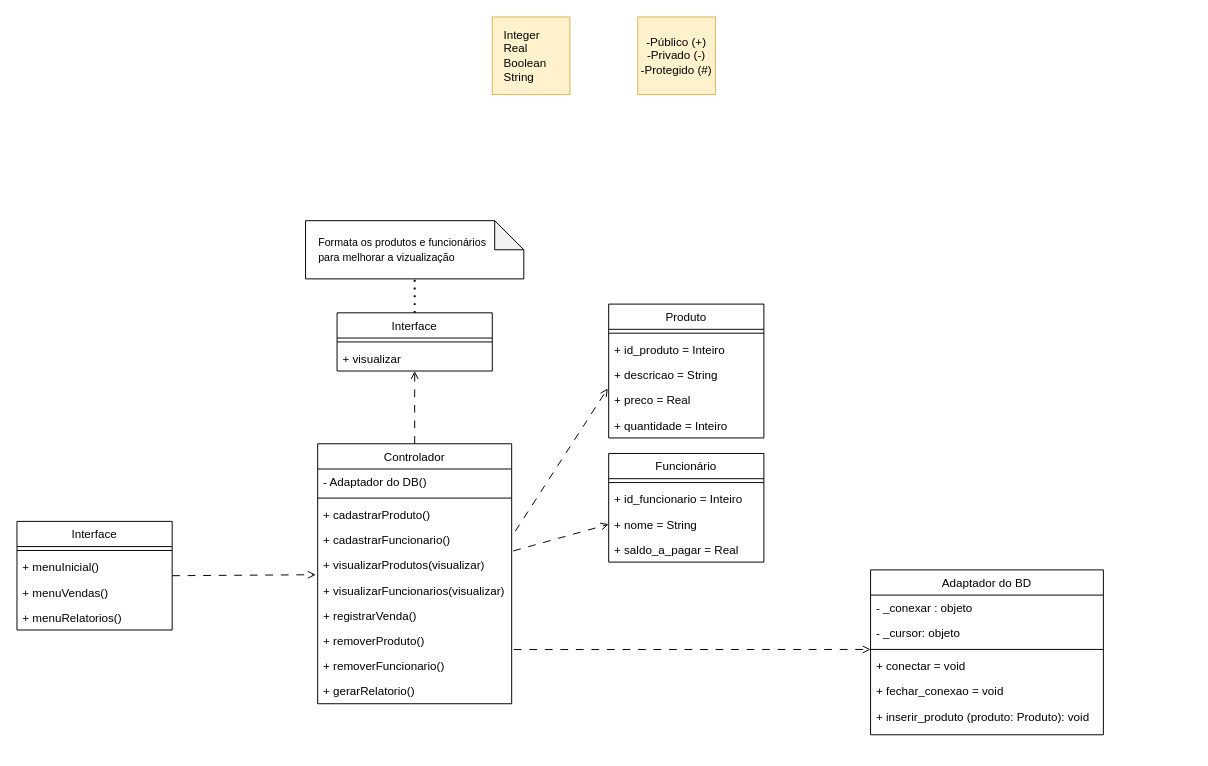
This is projeto com mvc.drawio from Pedrocs50/Projeto-Cantina, a draw.io file, before an edit. Source tidied: cells renumbered, new cells numbered last; positions are measured from the earlier drawing's top-left corner, leaving out a move shared by most shapes. Both pictures are drawn from the tidied source at 97%, with x=0, y=0 at pixel (16, 16).
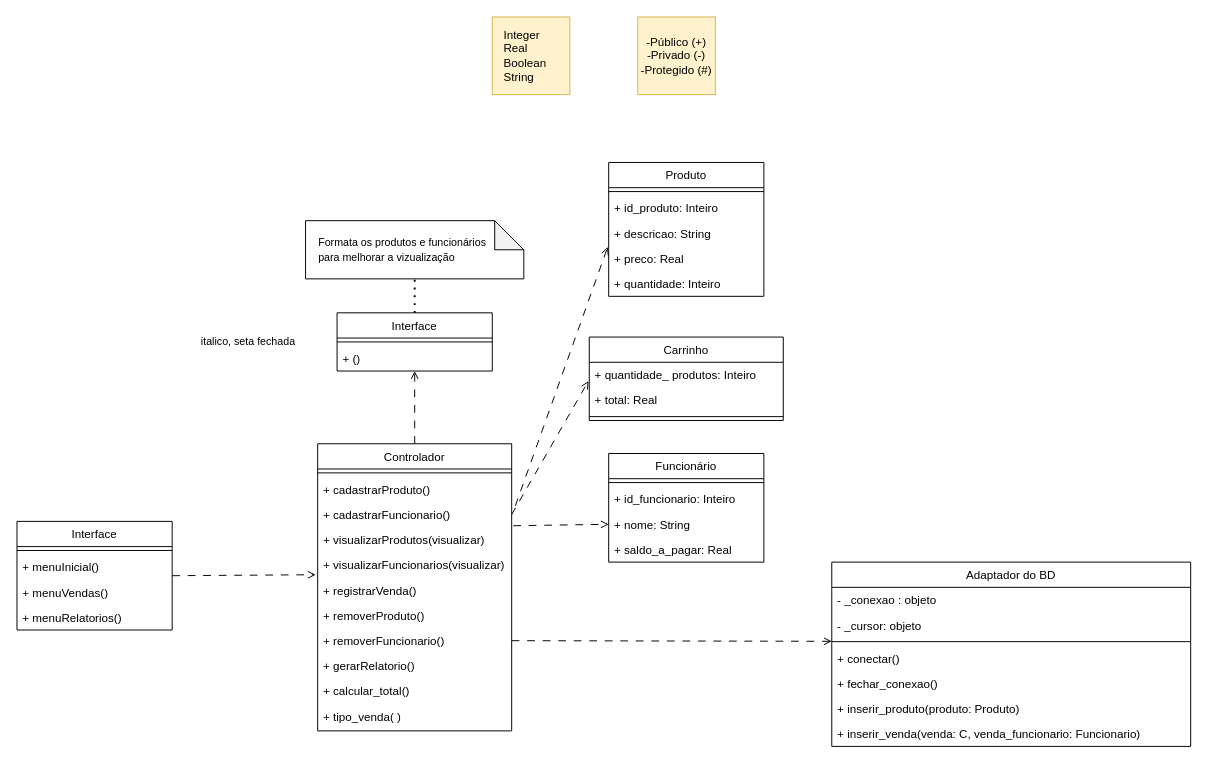
After the change.

Unchanged cells that the change refers to:
```xml
<mxCell id="23" value="Funcionário" style="swimlane;fontStyle=0;align=center;verticalAlign=top;horizontal=1;startSize=26;rounded=0;shadow=0;strokeWidth=1;" parent="1" vertex="1">
  <mxGeometry x="610" y="450" width="160" height="112" as="geometry" />
</mxCell>
<mxCell id="44" value="Interface" style="swimlane;fontStyle=0;align=center;verticalAlign=top;horizontal=1;startSize=26;rounded=0;shadow=0;strokeWidth=1;" parent="1" vertex="1">
  <mxGeometry x="330" y="305" width="160" height="60" as="geometry" />
</mxCell>
```

The edit, as a diff of the source:
```diff
@@
     <mxCell id="3" value="Controlador" style="swimlane;fontStyle=0;align=center;verticalAlign=top;horizontal=1;startSize=26;rounded=0;shadow=0;strokeWidth=1;" parent="1" vertex="1">
-      <mxGeometry x="310" y="440" width="200" height="268" as="geometry" />
+      <mxGeometry x="310" y="440" width="200" height="296" as="geometry" />
     </mxCell>
-    <mxCell id="4" value="- Adaptador do DB()" style="text;align=left;verticalAlign=top;spacingLeft=4;spacingRight=4;overflow=hidden;" parent="3" vertex="1">
-      <mxGeometry y="26" width="200" height="26" as="geometry" />
-    </mxCell>
     <mxCell id="5" style="line;html=1;strokeWidth=1;align=left;verticalAlign=middle;spacingTop=-1;spacingLeft=3;spacingRight=3;labelPosition=right;" parent="3" vertex="1">
-      <mxGeometry y="52" width="200" height="8" as="geometry" />
+      <mxGeometry y="26" width="200" height="8" as="geometry" />
     </mxCell>
     <mxCell id="6" value="+ cadastrarProduto()" style="text;align=left;verticalAlign=top;spacingLeft=4;spacingRight=4;overflow=hidden;" parent="3" vertex="1">
-      <mxGeometry y="60" width="200" height="26" as="geometry" />
+      <mxGeometry y="34" width="200" height="26" as="geometry" />
     </mxCell>
     <mxCell id="7" value="+ cadastrarFuncionario()" style="text;align=left;verticalAlign=top;spacingLeft=4;spacingRight=4;overflow=hidden;points=[[0,0.5],[1,0.5]];portConstraint=eastwest;" parent="3" vertex="1">
-      <mxGeometry y="86" width="200" height="26" as="geometry" />
+      <mxGeometry y="60" width="200" height="26" as="geometry" />
     </mxCell>
     <mxCell id="8" value="+ visualizarProdutos(visualizar)" style="text;align=left;verticalAlign=top;spacingLeft=4;spacingRight=4;overflow=hidden;points=[[0,0.5],[1,0.5]];portConstraint=eastwest;" parent="3" vertex="1">
-      <mxGeometry y="112" width="200" height="26" as="geometry" />
+      <mxGeometry y="86" width="200" height="26" as="geometry" />
     </mxCell>
     <mxCell id="9" value="+ visualizarFuncionarios(visualizar)" style="text;align=left;verticalAlign=top;spacingLeft=4;spacingRight=4;overflow=hidden;" parent="3" vertex="1">
-      <mxGeometry y="138" width="200" height="26" as="geometry" />
+      <mxGeometry y="112" width="200" height="26" as="geometry" />
     </mxCell>
     <mxCell id="10" value="+ registrarVenda()" style="text;align=left;verticalAlign=top;spacingLeft=4;spacingRight=4;overflow=hidden;" parent="3" vertex="1">
-      <mxGeometry y="164" width="200" height="26" as="geometry" />
+      <mxGeometry y="138" width="200" height="26" as="geometry" />
     </mxCell>
     <mxCell id="11" value="+ removerProduto()" style="text;align=left;verticalAlign=top;spacingLeft=4;spacingRight=4;overflow=hidden;points=[[0,0.5],[1,0.5]];portConstraint=eastwest;" parent="3" vertex="1">
-      <mxGeometry y="190" width="200" height="26" as="geometry" />
+      <mxGeometry y="164" width="200" height="26" as="geometry" />
     </mxCell>
     <mxCell id="12" value="+ removerFuncionario()" style="text;align=left;verticalAlign=top;spacingLeft=4;spacingRight=4;overflow=hidden;points=[[0,0.5],[1,0.5]];portConstraint=eastwest;" parent="3" vertex="1">
-      <mxGeometry y="216" width="200" height="26" as="geometry" />
+      <mxGeometry y="190" width="200" height="26" as="geometry" />
     </mxCell>
     <mxCell id="13" value="+ gerarRelatorio()" style="text;align=left;verticalAlign=top;spacingLeft=4;spacingRight=4;overflow=hidden;" parent="3" vertex="1">
-      <mxGeometry y="242" width="200" height="26" as="geometry" />
+      <mxGeometry y="216" width="200" height="26" as="geometry" />
     </mxCell>
+    <mxCell id="51" value="+ calcular_total()" style="text;align=left;verticalAlign=top;spacingLeft=4;spacingRight=4;overflow=hidden;" parent="3" vertex="1">
+      <mxGeometry y="242" width="200" height="26" as="geometry" />
+    </mxCell>
+    <mxCell id="52" value="+ tipo_venda( )" style="text;align=left;verticalAlign=top;spacingLeft=4;spacingRight=4;overflow=hidden;" parent="3" vertex="1">
+      <mxGeometry y="268" width="200" height="28" as="geometry" />
+    </mxCell>
     <mxCell id="14" value="Produto" style="swimlane;fontStyle=0;align=center;verticalAlign=top;horizontal=1;startSize=26;rounded=0;shadow=0;strokeWidth=1;" parent="1" vertex="1">
-      <mxGeometry x="610" y="296" width="160" height="138" as="geometry" />
+      <mxGeometry x="610" y="150" width="160" height="138" as="geometry" />
     </mxCell>
@@
-    <mxCell id="16" value="+ id_produto = Inteiro" style="text;align=left;verticalAlign=top;spacingLeft=4;spacingRight=4;overflow=hidden;" parent="14" vertex="1">
+    <mxCell id="16" value="+ id_produto: Inteiro" style="text;align=left;verticalAlign=top;spacingLeft=4;spacingRight=4;overflow=hidden;" parent="14" vertex="1">
       <mxGeometry y="34" width="160" height="26" as="geometry" />
     </mxCell>
-    <mxCell id="17" value="+ descricao = String" style="text;align=left;verticalAlign=top;spacingLeft=4;spacingRight=4;overflow=hidden;" parent="14" vertex="1">
+    <mxCell id="17" value="+ descricao: String" style="text;align=left;verticalAlign=top;spacingLeft=4;spacingRight=4;overflow=hidden;" parent="14" vertex="1">
       <mxGeometry y="60" width="160" height="26" as="geometry" />
     </mxCell>
-    <mxCell id="18" value="+ preco = Real" style="text;align=left;verticalAlign=top;spacingLeft=4;spacingRight=4;overflow=hidden;points=[[0,0.5],[1,0.5]];portConstraint=eastwest;" parent="14" vertex="1">
+    <mxCell id="18" value="+ preco: Real" style="text;align=left;verticalAlign=top;spacingLeft=4;spacingRight=4;overflow=hidden;points=[[0,0.5],[1,0.5]];portConstraint=eastwest;" parent="14" vertex="1">
       <mxGeometry y="86" width="160" height="26" as="geometry" />
     </mxCell>
-    <mxCell id="19" value="+ quantidade = Inteiro" style="text;align=left;verticalAlign=top;spacingLeft=4;spacingRight=4;overflow=hidden;" parent="14" vertex="1">
+    <mxCell id="19" value="+ quantidade: Inteiro" style="text;align=left;verticalAlign=top;spacingLeft=4;spacingRight=4;overflow=hidden;" parent="14" vertex="1">
       <mxGeometry y="112" width="160" height="26" as="geometry" />
     </mxCell>
@@
-    <mxCell id="25" value="+ id_funcionario = Inteiro" style="text;align=left;verticalAlign=top;spacingLeft=4;spacingRight=4;overflow=hidden;" parent="23" vertex="1">
+    <mxCell id="25" value="+ id_funcionario: Inteiro" style="text;align=left;verticalAlign=top;spacingLeft=4;spacingRight=4;overflow=hidden;" parent="23" vertex="1">
       <mxGeometry y="34" width="160" height="26" as="geometry" />
     </mxCell>
-    <mxCell id="26" value="+ nome = String" style="text;align=left;verticalAlign=top;spacingLeft=4;spacingRight=4;overflow=hidden;points=[[0,0.5],[1,0.5]];portConstraint=eastwest;" parent="23" vertex="1">
+    <mxCell id="26" value="+ nome: String" style="text;align=left;verticalAlign=top;spacingLeft=4;spacingRight=4;overflow=hidden;points=[[0,0.5],[1,0.5]];portConstraint=eastwest;" parent="23" vertex="1">
       <mxGeometry y="60" width="160" height="26" as="geometry" />
     </mxCell>
-    <mxCell id="27" value="+ saldo_a_pagar = Real" style="text;align=left;verticalAlign=top;spacingLeft=4;spacingRight=4;overflow=hidden;" parent="23" vertex="1">
+    <mxCell id="27" value="+ saldo_a_pagar: Real" style="text;align=left;verticalAlign=top;spacingLeft=4;spacingRight=4;overflow=hidden;" parent="23" vertex="1">
       <mxGeometry y="86" width="160" height="26" as="geometry" />
     </mxCell>
@@
-    <mxCell id="36" style="endArrow=open;html=1;rounded=0;dashed=1;endFill=0;dashPattern=8 8;exitX=1.011;exitY=0.852;exitDx=0;exitDy=0;exitPerimeter=0;" parent="1" edge="1" source="11" target="40">
+    <mxCell id="36" style="endArrow=open;html=1;rounded=0;dashed=1;endFill=0;dashPattern=8 8;exitX=1;exitY=0.5;exitDx=0;exitDy=0;" parent="1" edge="1" source="12" target="40">
       <mxGeometry relative="1" as="geometry" />
     </mxCell>
     <mxCell id="37" value="Adaptador do BD" style="swimlane;fontStyle=0;align=center;verticalAlign=top;horizontal=1;startSize=26;rounded=0;shadow=0;strokeWidth=1;" parent="1" vertex="1">
-      <mxGeometry x="880" y="570" width="240" height="170" as="geometry" />
+      <mxGeometry x="840" y="562" width="370" height="190" as="geometry" />
     </mxCell>
-    <mxCell id="38" value="- _conexar : objeto" style="text;align=left;verticalAlign=top;spacingLeft=4;spacingRight=4;overflow=hidden;" parent="37" vertex="1">
-      <mxGeometry y="26" width="240" height="26" as="geometry" />
+    <mxCell id="38" value="- _conexao : objeto" style="text;align=left;verticalAlign=top;spacingLeft=4;spacingRight=4;overflow=hidden;" parent="37" vertex="1">
+      <mxGeometry y="26" width="370" height="26" as="geometry" />
     </mxCell>
     <mxCell id="39" value="- _cursor: objeto" style="text;align=left;verticalAlign=top;spacingLeft=4;spacingRight=4;overflow=hidden;" parent="37" vertex="1">
-      <mxGeometry y="52" width="240" height="26" as="geometry" />
+      <mxGeometry y="52" width="370" height="26" as="geometry" />
     </mxCell>
     <mxCell id="40" style="line;html=1;strokeWidth=1;align=left;verticalAlign=middle;spacingTop=-1;spacingLeft=3;spacingRight=3;labelPosition=right;points=[];portConstraint=eastwest;" parent="37" vertex="1">
-      <mxGeometry y="78" width="240" height="8" as="geometry" />
+      <mxGeometry y="78" width="370" height="8" as="geometry" />
     </mxCell>
-    <mxCell id="41" value="+ conectar = void" style="text;align=left;verticalAlign=top;spacingLeft=4;spacingRight=4;overflow=hidden;" parent="37" vertex="1">
-      <mxGeometry y="86" width="240" height="26" as="geometry" />
+    <mxCell id="41" value="+ conectar()" style="text;align=left;verticalAlign=top;spacingLeft=4;spacingRight=4;overflow=hidden;" parent="37" vertex="1">
+      <mxGeometry y="86" width="370" height="26" as="geometry" />
     </mxCell>
-    <mxCell id="42" value="+ fechar_conexao = void" style="text;align=left;verticalAlign=top;spacingLeft=4;spacingRight=4;overflow=hidden;" parent="37" vertex="1">
-      <mxGeometry y="112" width="240" height="26" as="geometry" />
+    <mxCell id="42" value="+ fechar_conexao()" style="text;align=left;verticalAlign=top;spacingLeft=4;spacingRight=4;overflow=hidden;" parent="37" vertex="1">
+      <mxGeometry y="112" width="370" height="26" as="geometry" />
     </mxCell>
-    <mxCell id="43" value="+ inserir_produto (produto: Produto): void" style="text;align=left;verticalAlign=top;spacingLeft=4;spacingRight=4;overflow=hidden;" parent="37" vertex="1">
-      <mxGeometry y="138" width="240" height="26" as="geometry" />
+    <mxCell id="43" value="+ inserir_produto(produto: Produto)" style="text;align=left;verticalAlign=top;spacingLeft=4;spacingRight=4;overflow=hidden;" parent="37" vertex="1">
+      <mxGeometry y="138" width="370" height="26" as="geometry" />
     </mxCell>
+    <mxCell id="53" value="+ inserir_venda(venda: C, venda_funcionario: Funcionario)" style="text;align=left;verticalAlign=top;spacingLeft=4;spacingRight=4;overflow=hidden;" parent="37" vertex="1">
+      <mxGeometry y="164" width="370" height="26" as="geometry" />
+    </mxCell>
@@
-    <mxCell id="46" value="+ visualizar" style="text;align=left;verticalAlign=top;spacingLeft=4;spacingRight=4;overflow=hidden;" parent="44" vertex="1">
+    <mxCell id="46" value="+ ()" style="text;align=left;verticalAlign=top;spacingLeft=4;spacingRight=4;overflow=hidden;" parent="44" vertex="1">
       <mxGeometry y="34" width="160" height="26" as="geometry" />
     </mxCell>
@@
+    <mxCell id="54" value="&lt;font style=&quot;font-size: 11px;&quot;&gt;italico, seta fechada&lt;/font&gt;" style="text;html=1;align=left;verticalAlign=middle;whiteSpace=wrap;rounded=0;" parent="1" vertex="1">
+      <mxGeometry x="187.5" y="305" width="110" height="60" as="geometry" />
+    </mxCell>
+    <mxCell id="55" value="Carrinho" style="swimlane;fontStyle=0;align=center;verticalAlign=top;horizontal=1;startSize=26;rounded=0;shadow=0;strokeWidth=1;" parent="1" vertex="1">
+      <mxGeometry x="590" y="330" width="200" height="86" as="geometry" />
+    </mxCell>
+    <mxCell id="56" value="+ quantidade_ produtos: Inteiro" style="text;align=left;verticalAlign=top;spacingLeft=4;spacingRight=4;overflow=hidden;points=[[0,0.5],[1,0.5]];portConstraint=eastwest;" parent="55" vertex="1">
+      <mxGeometry y="26" width="200" height="26" as="geometry" />
+    </mxCell>
+    <mxCell id="57" value="+ total: Real" style="text;align=left;verticalAlign=top;spacingLeft=4;spacingRight=4;overflow=hidden;" parent="55" vertex="1">
+      <mxGeometry y="52" width="200" height="26" as="geometry" />
+    </mxCell>
+    <mxCell id="58" style="line;html=1;strokeWidth=1;align=left;verticalAlign=middle;spacingTop=-1;spacingLeft=3;spacingRight=3;labelPosition=right;" parent="55" vertex="1">
+      <mxGeometry y="78" width="200" height="8" as="geometry" />
+    </mxCell>
+    <mxCell id="59" style="endArrow=open;html=1;rounded=0;dashed=1;endFill=0;dashPattern=8 8;exitX=1;exitY=0.5;exitDx=0;exitDy=0;entryX=-0.004;entryY=0.743;entryDx=0;entryDy=0;entryPerimeter=0;" parent="1" edge="1" source="7" target="56">
+      <mxGeometry relative="1" as="geometry" />
+    </mxCell>
```
